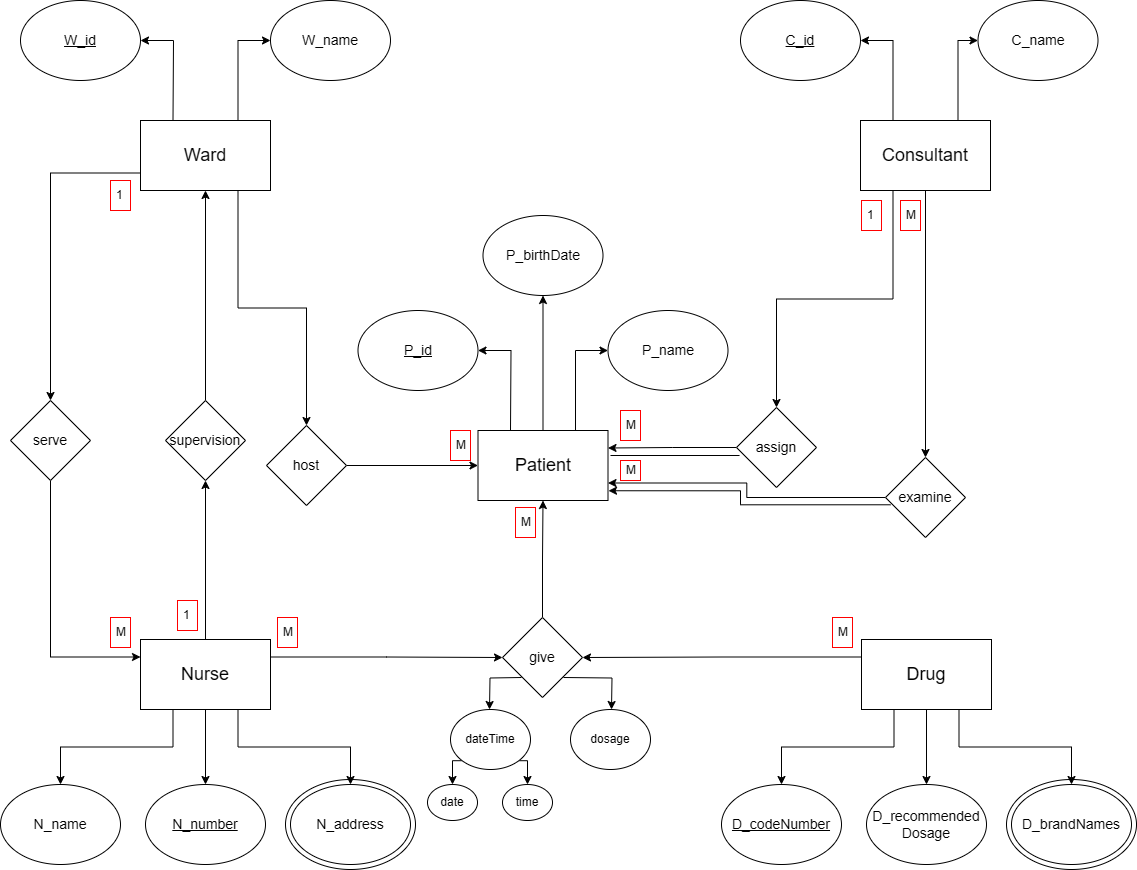
Before: labs/Database/Lab_1/Problem_3.png, a diagram exported from draw.io (ku18m/iti-dotnet). Source tidied: cells renumbered, new cells last; positions are measured from the earlier drawing's top-left corner, leaving out a move shared by most shapes.
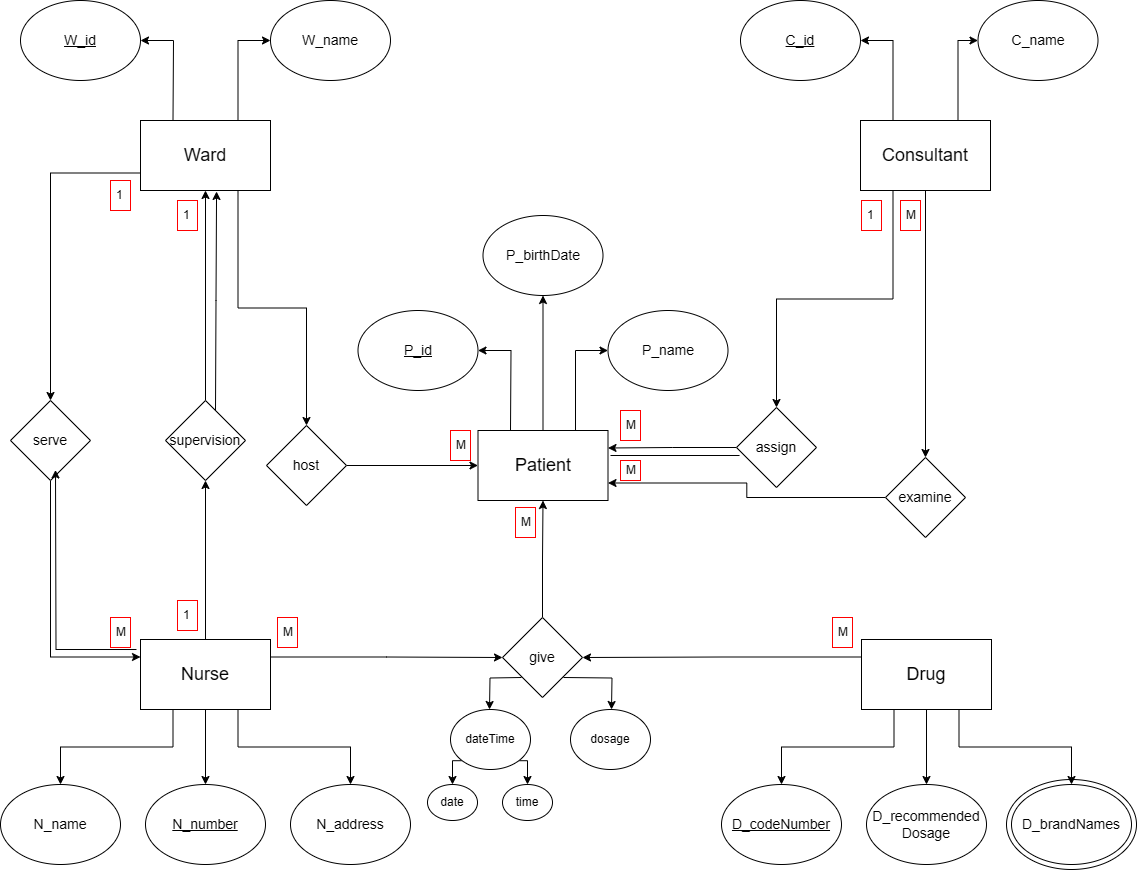
The same diagram one commit later.

The edit, as a diff of the source:
```diff
@@ -5,9 +5,6 @@
     <mxCell id="2" style="ellipse;whiteSpace=wrap;html=1;" parent="1" vertex="1">
       <mxGeometry x="1006" y="779" width="130" height="90" as="geometry" />
     </mxCell>
-    <mxCell id="3" style="ellipse;whiteSpace=wrap;html=1;" parent="1" vertex="1">
-      <mxGeometry x="285" y="779" width="130" height="90" as="geometry" />
-    </mxCell>
     <mxCell id="4" style="edgeStyle=orthogonalEdgeStyle;rounded=0;jettySize=auto;html=1;exitX=0.75;exitY=0;exitDx=0;exitDy=0;entryX=0;entryY=0.5;entryDx=0;entryDy=0;" parent="1" edge="1" source="7" target="9">
       <mxGeometry relative="1" as="geometry" />
     </mxCell>
@@ -165,15 +162,6 @@
     <mxCell id="52" value="&lt;font style=&quot;font-size: 14px;&quot;&gt;examine&lt;/font&gt;" style="rhombus;whiteSpace=wrap;html=1;" parent="1" vertex="1">
       <mxGeometry x="885" y="457" width="80" height="80" as="geometry" />
     </mxCell>
-    <mxCell id="53" style="edgeStyle=orthogonalEdgeStyle;rounded=0;jettySize=auto;html=1;exitX=0.063;exitY=0.591;exitDx=0;exitDy=0;entryX=1;entryY=0.75;entryDx=0;entryDy=0;exitPerimeter=0;" parent="1" edge="1" source="52">
-      <mxGeometry relative="1" as="geometry">
-        <mxPoint x="608" y="490.2" as="targetPoint" />
-        <Array as="points">
-          <mxPoint x="740" y="504" />
-          <mxPoint x="740" y="490" />
-        </Array>
-      </mxGeometry>
-    </mxCell>
     <mxCell id="54" value="M" style="text;strokeColor=#FF0000;fillColor=none;align=left;verticalAlign=middle;spacingLeft=4;spacingRight=4;overflow=hidden;whiteSpace=wrap;html=1;" parent="1" vertex="1">
       <mxGeometry x="620" y="460" width="20" height="20" as="geometry" />
     </mxCell>
@@ -243,5 +231,18 @@
     <mxCell id="74" value="M" style="text;strokeColor=#FF0000;fillColor=none;align=left;verticalAlign=middle;spacingLeft=4;spacingRight=4;overflow=hidden;whiteSpace=wrap;html=1;" parent="1" vertex="1">
       <mxGeometry x="110" y="617" width="20" height="30" as="geometry" />
     </mxCell>
+    <mxCell id="75" value="1" style="text;strokeColor=#FF0000;fillColor=none;align=left;verticalAlign=middle;spacingLeft=4;spacingRight=4;overflow=hidden;whiteSpace=wrap;html=1;" parent="1" vertex="1">
+      <mxGeometry x="177" y="200" width="20" height="30" as="geometry" />
+    </mxCell>
+    <mxCell id="76" style="edgeStyle=orthogonalEdgeStyle;rounded=0;jettySize=auto;html=1;exitX=-0.031;exitY=0.143;exitDx=0;exitDy=0;entryX=0;entryY=0.25;entryDx=0;entryDy=0;exitPerimeter=0;" parent="1" edge="1" source="24">
+      <mxGeometry relative="1" as="geometry">
+        <mxPoint x="55" y="469.5" as="targetPoint" />
+      </mxGeometry>
+    </mxCell>
+    <mxCell id="77" style="edgeStyle=orthogonalEdgeStyle;rounded=0;jettySize=auto;html=1;exitX=0.5;exitY=0;exitDx=0;exitDy=0;entryX=0.585;entryY=1.014;entryDx=0;entryDy=0;entryPerimeter=0;" parent="1" edge="1" target="7">
+      <mxGeometry relative="1" as="geometry">
+        <mxPoint x="215" y="410" as="sourcePoint" />
+      </mxGeometry>
+    </mxCell>
   </root>
 </mxGraphModel>
```
